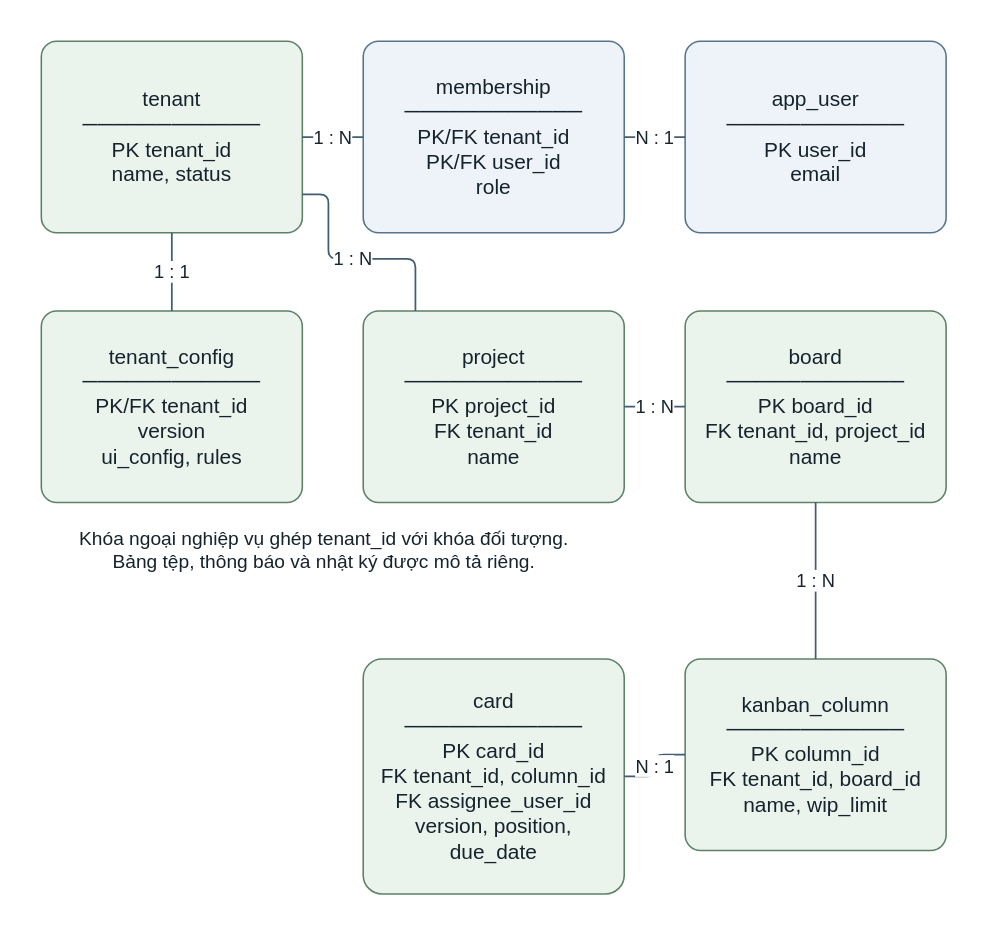
Before: output/report-theo-dany/figures/drawio/hinh_3_4_erd.drawio in Hungcb123/NCKH-Hung, a draw.io diagram. Source tidied: cells renumbered, new cells numbered last; positions are measured from the earlier drawing's top-left corner, leaving out a move shared by most shapes. Both pictures are drawn from the tidied source at 87%, with x=0, y=0 at pixel (15, 15).
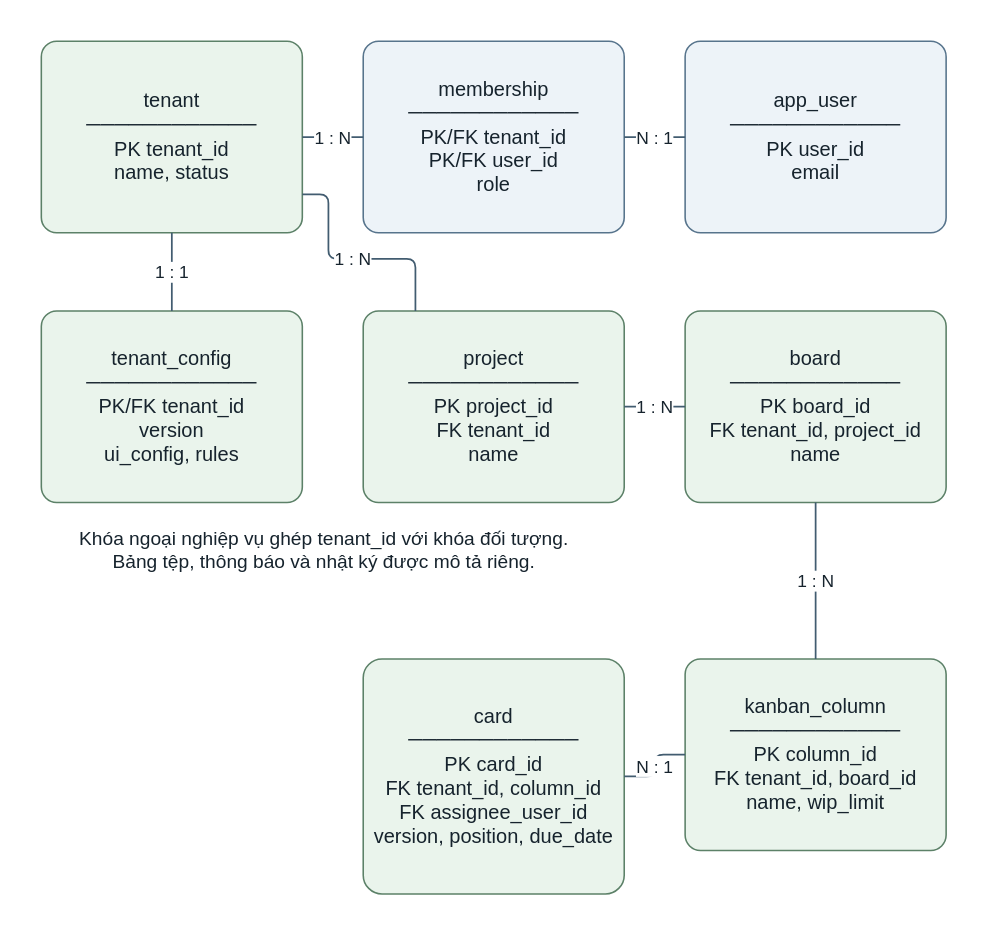
Above is the later version.

Diff of the diagram source:
```diff
@@
-    <mxCell id="3" value="tenant&#10;────────────&#10;PK tenant_id&#10;name, status" style="html=1;whiteSpace=wrap;fontFamily=Arial;fontColor=#16232D;fontSize=24;spacing=10;align=center;verticalAlign=middle;rounded=1;arcSize=8;fillColor=#EAF4EC;strokeColor=#5C8168;strokeWidth=1.8;" parent="1" vertex="1">
+    <mxCell id="3" value="tenant&#10;────────────&#10;PK tenant_id&#10;name, status" style="html=1;whiteSpace=wrap;fontFamily=Arial;fontColor=#16232D;fontSize=24;spacing=10;align=center;verticalAlign=middle;rounded=1;arcSize=8;fontSize=23;fillColor=#EAF4EC;strokeColor=#5C8168;strokeWidth=1.8;" parent="1" vertex="1">
       <mxGeometry x="30" y="30" width="300" height="220" as="geometry" />
     </mxCell>
-    <mxCell id="4" value="app_user&#10;────────────&#10;PK user_id&#10;email" style="html=1;whiteSpace=wrap;fontFamily=Arial;fontColor=#16232D;fontSize=24;spacing=10;align=center;verticalAlign=middle;rounded=1;arcSize=8;fillColor=#EDF3F8;strokeColor=#57748C;strokeWidth=1.8;" parent="1" vertex="1">
+    <mxCell id="4" value="app_user&#10;────────────&#10;PK user_id&#10;email" style="html=1;whiteSpace=wrap;fontFamily=Arial;fontColor=#16232D;fontSize=24;spacing=10;align=center;verticalAlign=middle;rounded=1;arcSize=8;fontSize=23;fillColor=#EDF3F8;strokeColor=#57748C;strokeWidth=1.8;" parent="1" vertex="1">
       <mxGeometry x="770" y="30" width="300" height="220" as="geometry" />
     </mxCell>
-    <mxCell id="5" value="membership&#10;────────────&#10;PK/FK tenant_id&#10;PK/FK user_id&#10;role" style="html=1;whiteSpace=wrap;fontFamily=Arial;fontColor=#16232D;fontSize=24;spacing=10;align=center;verticalAlign=middle;rounded=1;arcSize=8;fillColor=#EDF3F8;strokeColor=#57748C;strokeWidth=1.8;" parent="1" vertex="1">
+    <mxCell id="5" value="membership&#10;────────────&#10;PK/FK tenant_id&#10;PK/FK user_id&#10;role" style="html=1;whiteSpace=wrap;fontFamily=Arial;fontColor=#16232D;fontSize=24;spacing=10;align=center;verticalAlign=middle;rounded=1;arcSize=8;fontSize=23;fillColor=#EDF3F8;strokeColor=#57748C;strokeWidth=1.8;" parent="1" vertex="1">
       <mxGeometry x="400" y="30" width="300" height="220" as="geometry" />
     </mxCell>
-    <mxCell id="6" value="tenant_config&#10;────────────&#10;PK/FK tenant_id&#10;version&#10;ui_config, rules" style="html=1;whiteSpace=wrap;fontFamily=Arial;fontColor=#16232D;fontSize=24;spacing=10;align=center;verticalAlign=middle;rounded=1;arcSize=8;fillColor=#EAF4EC;strokeColor=#5C8168;strokeWidth=1.8;" parent="1" vertex="1">
+    <mxCell id="6" value="tenant_config&#10;────────────&#10;PK/FK tenant_id&#10;version&#10;ui_config, rules" style="html=1;whiteSpace=wrap;fontFamily=Arial;fontColor=#16232D;fontSize=24;spacing=10;align=center;verticalAlign=middle;rounded=1;arcSize=8;fontSize=23;fillColor=#EAF4EC;strokeColor=#5C8168;strokeWidth=1.8;" parent="1" vertex="1">
       <mxGeometry x="30" y="340" width="300" height="220" as="geometry" />
     </mxCell>
-    <mxCell id="7" value="project&#10;────────────&#10;PK project_id&#10;FK tenant_id&#10;name" style="html=1;whiteSpace=wrap;fontFamily=Arial;fontColor=#16232D;fontSize=24;spacing=10;align=center;verticalAlign=middle;rounded=1;arcSize=8;fillColor=#EAF4EC;strokeColor=#5C8168;strokeWidth=1.8;" parent="1" vertex="1">
+    <mxCell id="7" value="project&#10;────────────&#10;PK project_id&#10;FK tenant_id&#10;name" style="html=1;whiteSpace=wrap;fontFamily=Arial;fontColor=#16232D;fontSize=24;spacing=10;align=center;verticalAlign=middle;rounded=1;arcSize=8;fontSize=23;fillColor=#EAF4EC;strokeColor=#5C8168;strokeWidth=1.8;" parent="1" vertex="1">
       <mxGeometry x="400" y="340" width="300" height="220" as="geometry" />
     </mxCell>
-    <mxCell id="8" value="board&#10;────────────&#10;PK board_id&#10;FK tenant_id, project_id&#10;name" style="html=1;whiteSpace=wrap;fontFamily=Arial;fontColor=#16232D;fontSize=24;spacing=10;align=center;verticalAlign=middle;rounded=1;arcSize=8;fillColor=#EAF4EC;strokeColor=#5C8168;strokeWidth=1.8;" parent="1" vertex="1">
+    <mxCell id="8" value="board&#10;────────────&#10;PK board_id&#10;FK tenant_id, project_id&#10;name" style="html=1;whiteSpace=wrap;fontFamily=Arial;fontColor=#16232D;fontSize=24;spacing=10;align=center;verticalAlign=middle;rounded=1;arcSize=8;fontSize=23;fillColor=#EAF4EC;strokeColor=#5C8168;strokeWidth=1.8;" parent="1" vertex="1">
       <mxGeometry x="770" y="340" width="300" height="220" as="geometry" />
     </mxCell>
-    <mxCell id="9" value="card&#10;────────────&#10;PK card_id&#10;FK tenant_id, column_id&#10;FK assignee_user_id&#10;version, position, due_date" style="html=1;whiteSpace=wrap;fontFamily=Arial;fontColor=#16232D;fontSize=24;spacing=10;align=center;verticalAlign=middle;rounded=1;arcSize=8;fillColor=#EAF4EC;strokeColor=#5C8168;strokeWidth=1.8;" parent="1" vertex="1">
+    <mxCell id="9" value="card&#10;────────────&#10;PK card_id&#10;FK tenant_id, column_id&#10;FK assignee_user_id&#10;version, position, due_date" style="html=1;whiteSpace=wrap;fontFamily=Arial;fontColor=#16232D;fontSize=24;spacing=10;align=center;verticalAlign=middle;rounded=1;arcSize=8;fontSize=23;fillColor=#EAF4EC;strokeColor=#5C8168;strokeWidth=1.8;" parent="1" vertex="1">
       <mxGeometry x="400" y="740" width="300" height="270" as="geometry" />
     </mxCell>
-    <mxCell id="10" value="kanban_column&#10;────────────&#10;PK column_id&#10;FK tenant_id, board_id&#10;name, wip_limit" style="html=1;whiteSpace=wrap;fontFamily=Arial;fontColor=#16232D;fontSize=24;spacing=10;align=center;verticalAlign=middle;rounded=1;arcSize=8;fillColor=#EAF4EC;strokeColor=#5C8168;strokeWidth=1.8;" parent="1" vertex="1">
+    <mxCell id="10" value="kanban_column&#10;────────────&#10;PK column_id&#10;FK tenant_id, board_id&#10;name, wip_limit" style="html=1;whiteSpace=wrap;fontFamily=Arial;fontColor=#16232D;fontSize=24;spacing=10;align=center;verticalAlign=middle;rounded=1;arcSize=8;fontSize=23;fillColor=#EAF4EC;strokeColor=#5C8168;strokeWidth=1.8;" parent="1" vertex="1">
       <mxGeometry x="770" y="740" width="300" height="220" as="geometry" />
     </mxCell>
-    <mxCell id="11" value="1 : N" style="edgeStyle=orthogonalEdgeStyle;rounded=1;jettySize=auto;html=1;fontFamily=Arial;fontSize=21;fontColor=#16232D;labelBackgroundColor=#FFFFFF;strokeColor=#425C70;strokeWidth=2;endArrow=none;endFill=1;exitX=1;exitY=0.5;entryX=0;entryY=0.5;" parent="1" edge="1" source="3" target="5">
+    <mxCell id="11" value="1 : N" style="edgeStyle=orthogonalEdgeStyle;rounded=1;jettySize=auto;html=1;fontFamily=Arial;fontSize=20;fontColor=#16232D;labelBackgroundColor=#FFFFFF;strokeColor=#425C70;strokeWidth=2;endArrow=none;endFill=1;exitX=1;exitY=0.5;entryX=0;entryY=0.5;" parent="1" edge="1" source="3" target="5">
       <mxGeometry relative="1" as="geometry" />
     </mxCell>
-    <mxCell id="12" value="N : 1" style="edgeStyle=orthogonalEdgeStyle;rounded=1;jettySize=auto;html=1;fontFamily=Arial;fontSize=21;fontColor=#16232D;labelBackgroundColor=#FFFFFF;strokeColor=#425C70;strokeWidth=2;endArrow=none;endFill=1;exitX=0;exitY=0.5;entryX=1;entryY=0.5;" parent="1" edge="1" source="4" target="5">
+    <mxCell id="12" value="N : 1" style="edgeStyle=orthogonalEdgeStyle;rounded=1;jettySize=auto;html=1;fontFamily=Arial;fontSize=20;fontColor=#16232D;labelBackgroundColor=#FFFFFF;strokeColor=#425C70;strokeWidth=2;endArrow=none;endFill=1;exitX=0;exitY=0.5;entryX=1;entryY=0.5;" parent="1" edge="1" source="4" target="5">
       <mxGeometry relative="1" as="geometry" />
     </mxCell>
-    <mxCell id="13" value="1 : 1" style="edgeStyle=orthogonalEdgeStyle;rounded=1;jettySize=auto;html=1;fontFamily=Arial;fontSize=21;fontColor=#16232D;labelBackgroundColor=#FFFFFF;strokeColor=#425C70;strokeWidth=2;endArrow=none;endFill=1;exitX=0.5;exitY=1;entryX=0.5;entryY=0;" parent="1" edge="1" source="3" target="6">
+    <mxCell id="13" value="1 : 1" style="edgeStyle=orthogonalEdgeStyle;rounded=1;jettySize=auto;html=1;fontFamily=Arial;fontSize=20;fontColor=#16232D;labelBackgroundColor=#FFFFFF;strokeColor=#425C70;strokeWidth=2;endArrow=none;endFill=1;exitX=0.5;exitY=1;entryX=0.5;entryY=0;" parent="1" edge="1" source="3" target="6">
       <mxGeometry relative="1" as="geometry" />
     </mxCell>
-    <mxCell id="14" value="1 : N" style="edgeStyle=orthogonalEdgeStyle;rounded=1;jettySize=auto;html=1;fontFamily=Arial;fontSize=21;fontColor=#16232D;labelBackgroundColor=#FFFFFF;strokeColor=#425C70;strokeWidth=2;endArrow=none;endFill=1;exitX=1;exitY=0.8;entryX=0.2;entryY=0;" parent="1" edge="1" source="3" target="7">
+    <mxCell id="14" value="1 : N" style="edgeStyle=orthogonalEdgeStyle;rounded=1;jettySize=auto;html=1;fontFamily=Arial;fontSize=20;fontColor=#16232D;labelBackgroundColor=#FFFFFF;strokeColor=#425C70;strokeWidth=2;endArrow=none;endFill=1;exitX=1;exitY=0.8;entryX=0.2;entryY=0;" parent="1" edge="1" source="3" target="7">
       <mxGeometry relative="1" as="geometry">
         <Array as="points">
           <mxPoint x="360" y="206" />
           <mxPoint x="360" y="280" />
           <mxPoint x="460" y="280" />
         </Array>
       </mxGeometry>
     </mxCell>
-    <mxCell id="15" value="1 : N" style="edgeStyle=orthogonalEdgeStyle;rounded=1;jettySize=auto;html=1;fontFamily=Arial;fontSize=21;fontColor=#16232D;labelBackgroundColor=#FFFFFF;strokeColor=#425C70;strokeWidth=2;endArrow=none;endFill=1;exitX=1;exitY=0.5;entryX=0;entryY=0.5;" parent="1" edge="1" source="7" target="8">
+    <mxCell id="15" value="1 : N" style="edgeStyle=orthogonalEdgeStyle;rounded=1;jettySize=auto;html=1;fontFamily=Arial;fontSize=20;fontColor=#16232D;labelBackgroundColor=#FFFFFF;strokeColor=#425C70;strokeWidth=2;endArrow=none;endFill=1;exitX=1;exitY=0.5;entryX=0;entryY=0.5;" parent="1" edge="1" source="7" target="8">
       <mxGeometry relative="1" as="geometry" />
     </mxCell>
-    <mxCell id="16" value="1 : N" style="edgeStyle=orthogonalEdgeStyle;rounded=1;jettySize=auto;html=1;fontFamily=Arial;fontSize=21;fontColor=#16232D;labelBackgroundColor=#FFFFFF;strokeColor=#425C70;strokeWidth=2;endArrow=none;endFill=1;exitX=0.5;exitY=1;entryX=0.5;entryY=0;" parent="1" edge="1" source="8" target="10">
+    <mxCell id="16" value="1 : N" style="edgeStyle=orthogonalEdgeStyle;rounded=1;jettySize=auto;html=1;fontFamily=Arial;fontSize=20;fontColor=#16232D;labelBackgroundColor=#FFFFFF;strokeColor=#425C70;strokeWidth=2;endArrow=none;endFill=1;exitX=0.5;exitY=1;entryX=0.5;entryY=0;" parent="1" edge="1" source="8" target="10">
       <mxGeometry relative="1" as="geometry" />
     </mxCell>
-    <mxCell id="17" value="N : 1" style="edgeStyle=orthogonalEdgeStyle;rounded=1;jettySize=auto;html=1;fontFamily=Arial;fontSize=21;fontColor=#16232D;labelBackgroundColor=#FFFFFF;strokeColor=#425C70;strokeWidth=2;endArrow=none;endFill=1;exitX=0;exitY=0.5;entryX=1;entryY=0.5;" parent="1" edge="1" source="10" target="9">
+    <mxCell id="17" value="N : 1" style="edgeStyle=orthogonalEdgeStyle;rounded=1;jettySize=auto;html=1;fontFamily=Arial;fontSize=20;fontColor=#16232D;labelBackgroundColor=#FFFFFF;strokeColor=#425C70;strokeWidth=2;endArrow=none;endFill=1;exitX=0;exitY=0.5;entryX=1;entryY=0.5;" parent="1" edge="1" source="10" target="9">
       <mxGeometry relative="1" as="geometry" />
     </mxCell>
```
